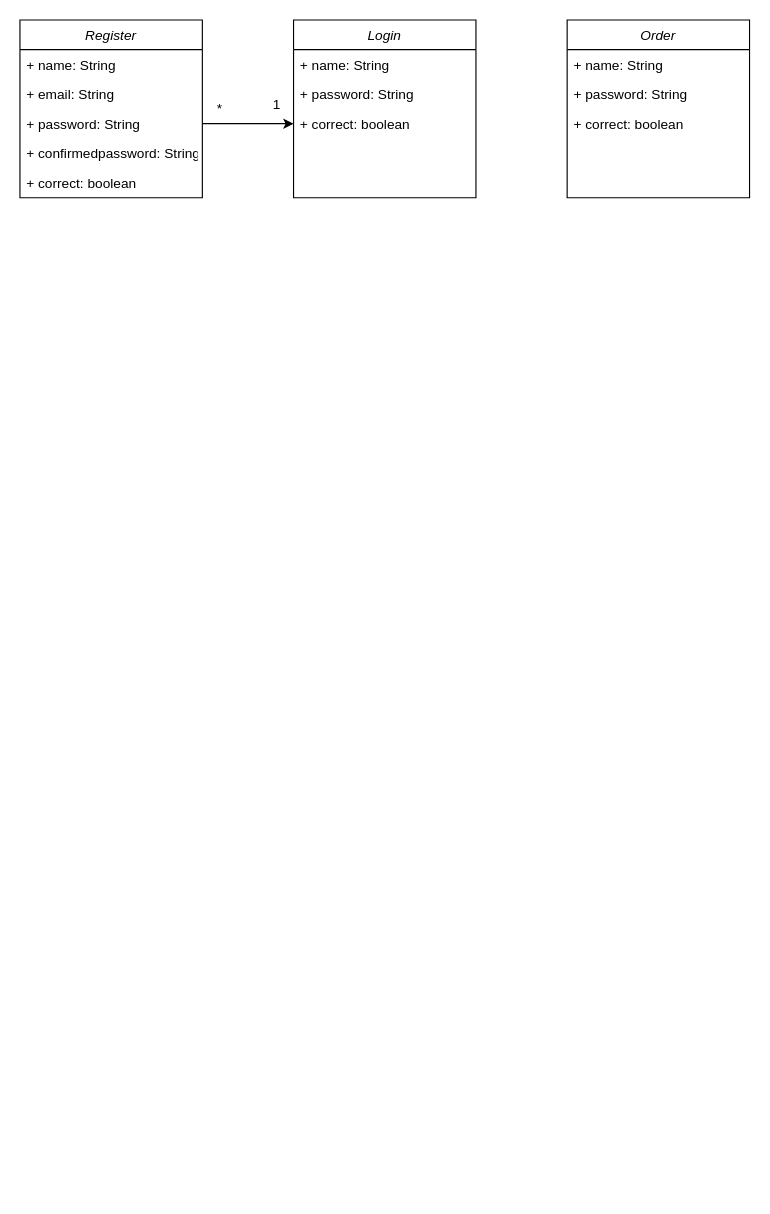
EthanUltra/LB-Projekt-M294-295_Ethan-Shrestha keeps this draw.io diagram as Klassendiagramm.drawio. Above is the earlier version. Source tidied: cells renumbered, new cells numbered last; positions are measured from the earlier drawing's top-left corner, leaving out a move shared by most shapes. Both pictures are drawn from the tidied source at 114%, with x=0, y=0 at pixel (19, 19).
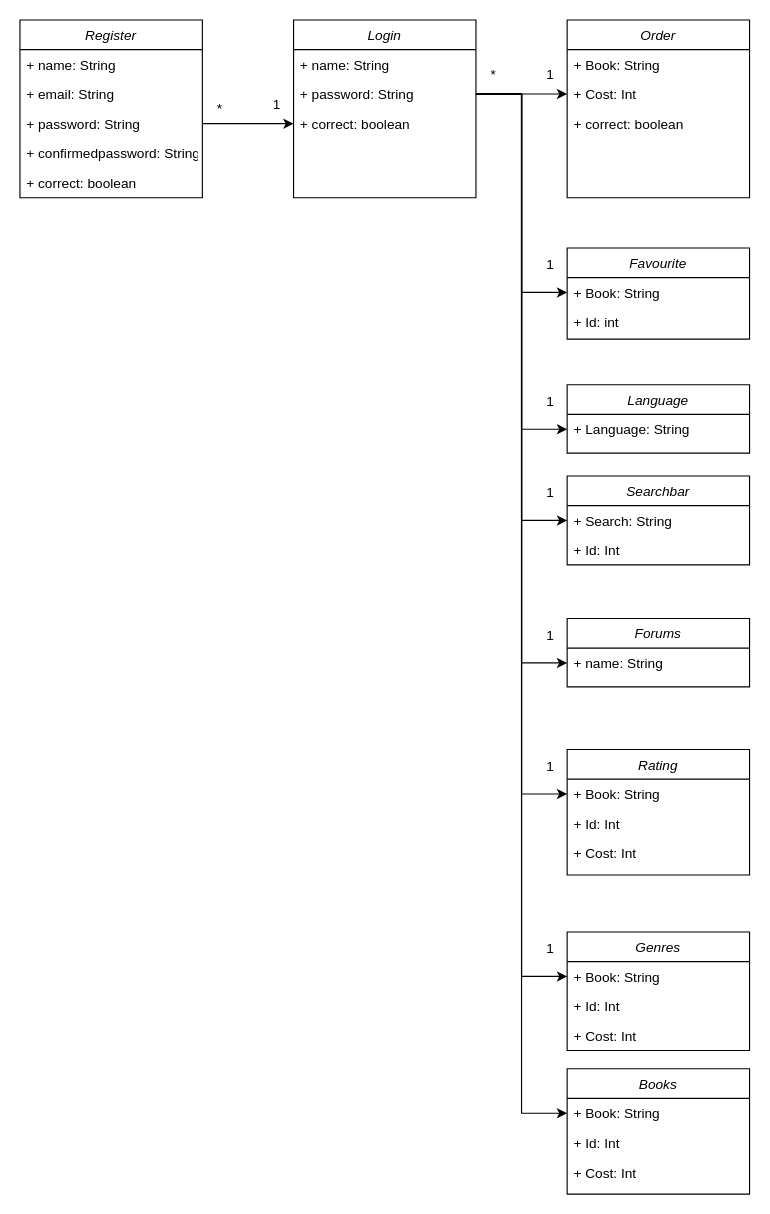
The same page after the edit.

The change refers to these unchanged cells:
```xml
<mxCell id="12" value="+ password: String" style="text;align=left;verticalAlign=top;spacingLeft=4;spacingRight=4;overflow=hidden;points=[[0,0.5],[1,0.5]];portConstraint=eastwest;rounded=0;shadow=0;html=0;" parent="10" vertex="1">
  <mxGeometry y="52" width="160" height="26" as="geometry" />
</mxCell>
<mxCell id="15" value="Order" style="swimlane;fontStyle=2;align=center;verticalAlign=top;horizontal=1;startSize=26;rounded=0;shadow=0;strokeWidth=1;" parent="1" vertex="1">
  <mxGeometry x="480" width="160" height="156" as="geometry" />
</mxCell>
```

Change to the diagram source:
```diff
@@
-    <mxCell id="16" value="+ name: String" style="text;align=left;verticalAlign=top;spacingLeft=4;spacingRight=4;overflow=hidden;" parent="15" vertex="1">
+    <mxCell id="16" value="+ Book: String" style="text;align=left;verticalAlign=top;spacingLeft=4;spacingRight=4;overflow=hidden;" parent="15" vertex="1">
       <mxGeometry y="26" width="160" height="26" as="geometry" />
     </mxCell>
-    <mxCell id="17" value="+ password: String" style="text;align=left;verticalAlign=top;spacingLeft=4;spacingRight=4;overflow=hidden;points=[[0,0.5],[1,0.5]];portConstraint=eastwest;rounded=0;shadow=0;html=0;" parent="15" vertex="1">
+    <mxCell id="17" value="+ Cost: Int" style="text;align=left;verticalAlign=top;spacingLeft=4;spacingRight=4;overflow=hidden;points=[[0,0.5],[1,0.5]];portConstraint=eastwest;rounded=0;shadow=0;html=0;" parent="15" vertex="1">
       <mxGeometry y="52" width="160" height="26" as="geometry" />
     </mxCell>
@@
+    <mxCell id="19" style="edgeStyle=orthogonalEdgeStyle;rounded=0;jettySize=auto;html=1;entryX=0;entryY=0.5;entryDx=0;entryDy=0;" parent="1" edge="1" source="12" target="17">
+      <mxGeometry relative="1" as="geometry" />
+    </mxCell>
+    <mxCell id="20" value="1" style="text;html=1;align=center;verticalAlign=middle;strokeColor=none;fillColor=none;" parent="1" vertex="1">
+      <mxGeometry x="450" y="33" width="30" height="30" as="geometry" />
+    </mxCell>
+    <mxCell id="21" value="*" style="text;html=1;align=center;verticalAlign=middle;strokeColor=none;fillColor=none;" parent="1" vertex="1">
+      <mxGeometry x="400" y="33" width="30" height="30" as="geometry" />
+    </mxCell>
+    <mxCell id="22" value="Rating" style="swimlane;fontStyle=2;align=center;verticalAlign=top;horizontal=1;startSize=26;rounded=0;shadow=0;strokeWidth=1;" parent="1" vertex="1">
+      <mxGeometry x="480" y="640" width="160" height="110" as="geometry" />
+    </mxCell>
+    <mxCell id="23" value="+ Book: String" style="text;align=left;verticalAlign=top;spacingLeft=4;spacingRight=4;overflow=hidden;points=[[0,0.5],[1,0.5]];portConstraint=eastwest;" parent="22" vertex="1">
+      <mxGeometry y="26" width="160" height="26" as="geometry" />
+    </mxCell>
+    <mxCell id="24" value="+ Id: Int" style="text;align=left;verticalAlign=top;spacingLeft=4;spacingRight=4;overflow=hidden;rounded=0;shadow=0;html=0;" parent="22" vertex="1">
+      <mxGeometry y="52" width="160" height="26" as="geometry" />
+    </mxCell>
+    <mxCell id="25" value="+ Cost: Int" style="text;align=left;verticalAlign=top;spacingLeft=4;spacingRight=4;overflow=hidden;rounded=0;shadow=0;html=0;" parent="22" vertex="1">
+      <mxGeometry y="78" width="160" height="26" as="geometry" />
+    </mxCell>
+    <mxCell id="26" value="1" style="text;html=1;align=center;verticalAlign=middle;strokeColor=none;fillColor=none;" parent="1" vertex="1">
+      <mxGeometry x="450" y="640" width="30" height="30" as="geometry" />
+    </mxCell>
+    <mxCell id="27" value="Favourite" style="swimlane;fontStyle=2;align=center;verticalAlign=top;horizontal=1;startSize=26;rounded=0;shadow=0;strokeWidth=1;" parent="1" vertex="1">
+      <mxGeometry x="480" y="200" width="160" height="80" as="geometry" />
+    </mxCell>
+    <mxCell id="28" value="+ Book: String" style="text;align=left;verticalAlign=top;spacingLeft=4;spacingRight=4;overflow=hidden;points=[[0,0.5],[1,0.5]];portConstraint=eastwest;" parent="27" vertex="1">
+      <mxGeometry y="26" width="160" height="26" as="geometry" />
+    </mxCell>
+    <mxCell id="29" value="+ Id: int" style="text;align=left;verticalAlign=top;spacingLeft=4;spacingRight=4;overflow=hidden;rounded=0;shadow=0;html=0;" parent="27" vertex="1">
+      <mxGeometry y="52" width="160" height="26" as="geometry" />
+    </mxCell>
+    <mxCell id="30" style="edgeStyle=orthogonalEdgeStyle;rounded=0;jettySize=auto;html=1;entryX=0;entryY=0.5;entryDx=0;entryDy=0;" parent="1" edge="1" source="12" target="28">
+      <mxGeometry relative="1" as="geometry" />
+    </mxCell>
+    <mxCell id="31" value="1" style="text;html=1;align=center;verticalAlign=middle;strokeColor=none;fillColor=none;" parent="1" vertex="1">
+      <mxGeometry x="450" y="200" width="30" height="30" as="geometry" />
+    </mxCell>
+    <mxCell id="32" value="Language" style="swimlane;fontStyle=2;align=center;verticalAlign=top;horizontal=1;startSize=26;rounded=0;shadow=0;strokeWidth=1;" parent="1" vertex="1">
+      <mxGeometry x="480" y="320" width="160" height="60" as="geometry" />
+    </mxCell>
+    <mxCell id="33" value="+ Language: String" style="text;align=left;verticalAlign=top;spacingLeft=4;spacingRight=4;overflow=hidden;points=[[0,0.5],[1,0.5]];portConstraint=eastwest;" parent="32" vertex="1">
+      <mxGeometry y="26" width="160" height="26" as="geometry" />
+    </mxCell>
+    <mxCell id="34" style="edgeStyle=orthogonalEdgeStyle;rounded=0;jettySize=auto;html=1;entryX=0;entryY=0.5;entryDx=0;entryDy=0;" parent="1" edge="1" source="12" target="33">
+      <mxGeometry relative="1" as="geometry" />
+    </mxCell>
+    <mxCell id="35" value="1" style="text;html=1;align=center;verticalAlign=middle;strokeColor=none;fillColor=none;" parent="1" vertex="1">
+      <mxGeometry x="450" y="320" width="30" height="30" as="geometry" />
+    </mxCell>
+    <mxCell id="36" value="Searchbar" style="swimlane;fontStyle=2;align=center;verticalAlign=top;horizontal=1;startSize=26;rounded=0;shadow=0;strokeWidth=1;" parent="1" vertex="1">
+      <mxGeometry x="480" y="400" width="160" height="78" as="geometry" />
+    </mxCell>
+    <mxCell id="37" value="+ Search: String" style="text;align=left;verticalAlign=top;spacingLeft=4;spacingRight=4;overflow=hidden;points=[[0,0.5],[1,0.5]];portConstraint=eastwest;" parent="36" vertex="1">
+      <mxGeometry y="26" width="160" height="26" as="geometry" />
+    </mxCell>
+    <mxCell id="38" value="+ Id: Int" style="text;align=left;verticalAlign=top;spacingLeft=4;spacingRight=4;overflow=hidden;" parent="36" vertex="1">
+      <mxGeometry y="52" width="160" height="26" as="geometry" />
+    </mxCell>
+    <mxCell id="39" value="Forums" style="swimlane;fontStyle=2;align=center;verticalAlign=top;horizontal=1;startSize=26;rounded=0;shadow=0;strokeWidth=1;" parent="1" vertex="1">
+      <mxGeometry x="480" y="525" width="160" height="60" as="geometry" />
+    </mxCell>
+    <mxCell id="40" value="+ name: String" style="text;align=left;verticalAlign=top;spacingLeft=4;spacingRight=4;overflow=hidden;points=[[0,0.5],[1,0.5]];portConstraint=eastwest;" parent="39" vertex="1">
+      <mxGeometry y="26" width="160" height="26" as="geometry" />
+    </mxCell>
+    <mxCell id="41" style="edgeStyle=orthogonalEdgeStyle;rounded=0;jettySize=auto;html=1;entryX=0;entryY=0.5;entryDx=0;entryDy=0;" parent="1" edge="1" source="12" target="37">
+      <mxGeometry relative="1" as="geometry" />
+    </mxCell>
+    <mxCell id="42" value="1" style="text;html=1;align=center;verticalAlign=middle;strokeColor=none;fillColor=none;" parent="1" vertex="1">
+      <mxGeometry x="450" y="400" width="30" height="30" as="geometry" />
+    </mxCell>
+    <mxCell id="43" style="edgeStyle=orthogonalEdgeStyle;rounded=0;jettySize=auto;html=1;entryX=0;entryY=0.5;entryDx=0;entryDy=0;" parent="1" edge="1" source="12" target="40">
+      <mxGeometry relative="1" as="geometry" />
+    </mxCell>
+    <mxCell id="44" value="1" style="text;html=1;align=center;verticalAlign=middle;strokeColor=none;fillColor=none;" parent="1" vertex="1">
+      <mxGeometry x="450" y="525" width="30" height="30" as="geometry" />
+    </mxCell>
+    <mxCell id="45" style="edgeStyle=orthogonalEdgeStyle;rounded=0;jettySize=auto;html=1;entryX=0;entryY=0.5;entryDx=0;entryDy=0;" parent="1" edge="1" source="12" target="23">
+      <mxGeometry relative="1" as="geometry" />
+    </mxCell>
+    <mxCell id="46" value="Genres" style="swimlane;fontStyle=2;align=center;verticalAlign=top;horizontal=1;startSize=26;rounded=0;shadow=0;strokeWidth=1;" parent="1" vertex="1">
+      <mxGeometry x="480" y="800" width="160" height="104" as="geometry" />
+    </mxCell>
+    <mxCell id="47" value="+ Book: String" style="text;align=left;verticalAlign=top;spacingLeft=4;spacingRight=4;overflow=hidden;points=[[0,0.5],[1,0.5]];portConstraint=eastwest;" parent="46" vertex="1">
+      <mxGeometry y="26" width="160" height="26" as="geometry" />
+    </mxCell>
+    <mxCell id="48" value="+ Id: Int" style="text;align=left;verticalAlign=top;spacingLeft=4;spacingRight=4;overflow=hidden;rounded=0;shadow=0;html=0;" parent="46" vertex="1">
+      <mxGeometry y="52" width="160" height="26" as="geometry" />
+    </mxCell>
+    <mxCell id="49" value="+ Cost: Int" style="text;align=left;verticalAlign=top;spacingLeft=4;spacingRight=4;overflow=hidden;rounded=0;shadow=0;html=0;" parent="46" vertex="1">
+      <mxGeometry y="78" width="160" height="26" as="geometry" />
+    </mxCell>
+    <mxCell id="50" value="Books" style="swimlane;fontStyle=2;align=center;verticalAlign=top;horizontal=1;startSize=26;rounded=0;shadow=0;strokeWidth=1;" parent="1" vertex="1">
+      <mxGeometry x="480" y="920" width="160" height="110" as="geometry" />
+    </mxCell>
+    <mxCell id="51" value="+ Book: String" style="text;align=left;verticalAlign=top;spacingLeft=4;spacingRight=4;overflow=hidden;points=[[0,0.5],[1,0.5]];portConstraint=eastwest;" parent="50" vertex="1">
+      <mxGeometry y="26" width="160" height="26" as="geometry" />
+    </mxCell>
+    <mxCell id="52" value="+ Id: Int" style="text;align=left;verticalAlign=top;spacingLeft=4;spacingRight=4;overflow=hidden;rounded=0;shadow=0;html=0;" parent="50" vertex="1">
+      <mxGeometry y="52" width="160" height="26" as="geometry" />
+    </mxCell>
+    <mxCell id="53" value="+ Cost: Int" style="text;align=left;verticalAlign=top;spacingLeft=4;spacingRight=4;overflow=hidden;rounded=0;shadow=0;html=0;" parent="50" vertex="1">
+      <mxGeometry y="78" width="160" height="26" as="geometry" />
+    </mxCell>
+    <mxCell id="54" style="edgeStyle=orthogonalEdgeStyle;rounded=0;jettySize=auto;html=1;entryX=0;entryY=0.5;entryDx=0;entryDy=0;" parent="1" edge="1" source="12" target="47">
+      <mxGeometry relative="1" as="geometry" />
+    </mxCell>
+    <mxCell id="55" value="1" style="text;html=1;align=center;verticalAlign=middle;strokeColor=none;fillColor=none;" parent="1" vertex="1">
+      <mxGeometry x="450" y="800" width="30" height="30" as="geometry" />
+    </mxCell>
+    <mxCell id="56" style="edgeStyle=orthogonalEdgeStyle;rounded=0;jettySize=auto;html=1;entryX=0;entryY=0.5;entryDx=0;entryDy=0;" parent="1" edge="1" source="12" target="51">
+      <mxGeometry relative="1" as="geometry" />
+    </mxCell>
```
